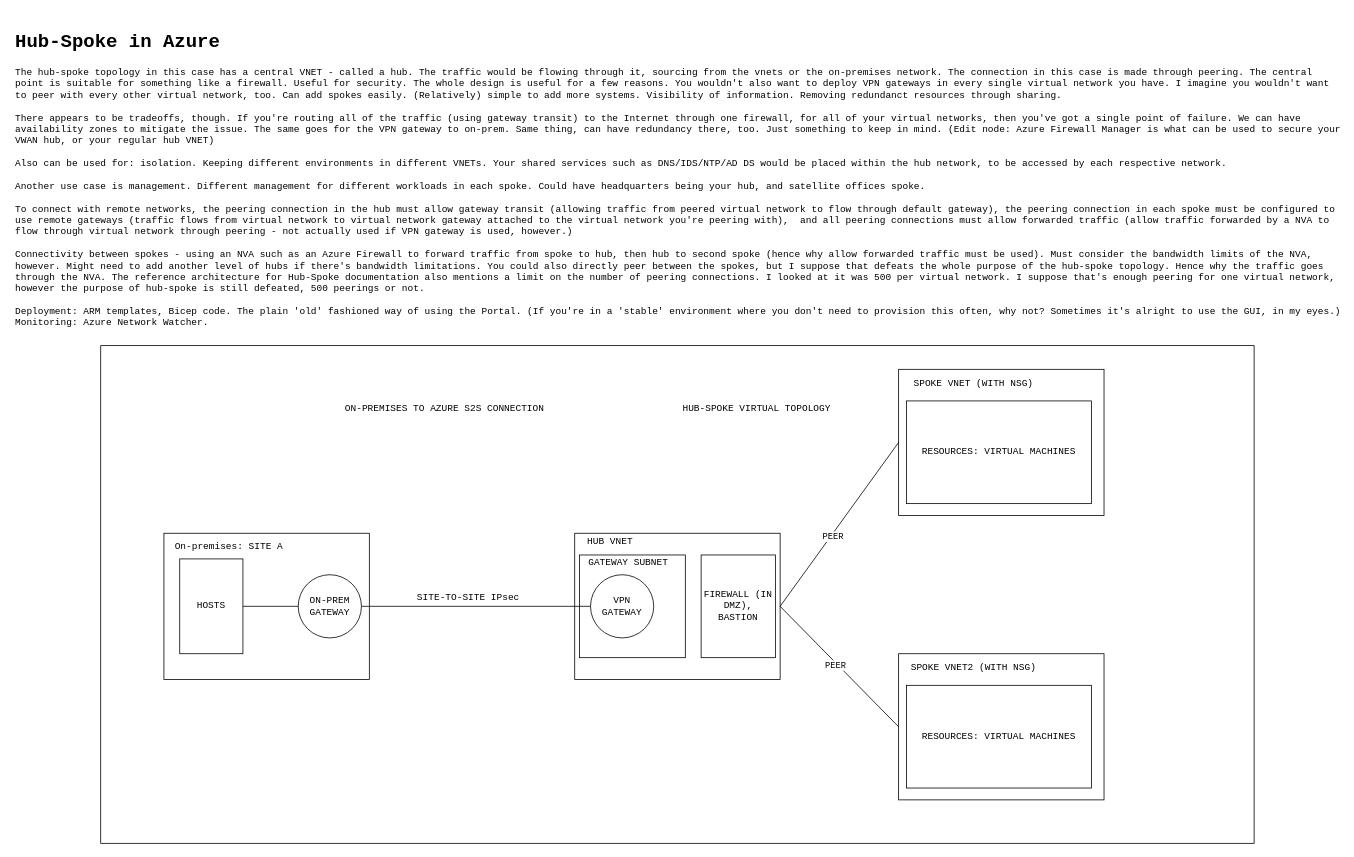
Earlier version of the draw.io diagram page "Hub-Spoke in Azure" (2 of 3) of Cloud/Infrastructure_Architecture.drawio (hmahmood2351/Home_Labs). Source tidied: cells renumbered, new cells numbered last; positions are measured from the earlier drawing's top-left corner, leaving out a move shared by most shapes. Both pictures are drawn from the tidied source at 79%, with x=0, y=0 at pixel (13, 13).
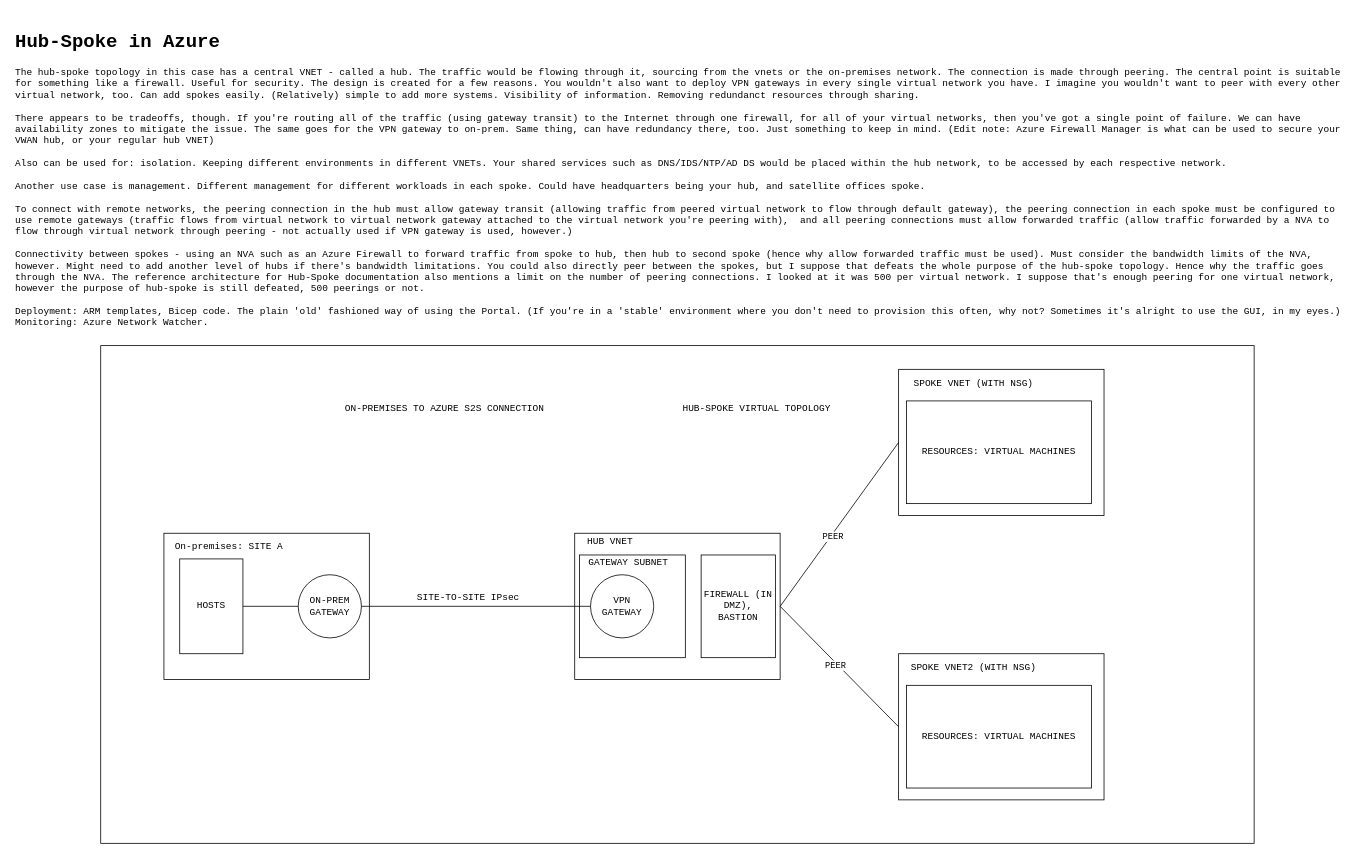
Above is the later version.

What changed in the source:
```diff
@@
-    <mxCell id="30" value="&lt;h1&gt;Hub-Spoke in Azure&lt;/h1&gt;&lt;div&gt;The hub-spoke topology in this case has a central VNET - called a hub. The traffic would be flowing through it, sourcing from the vnets or the on-premises network. The connection in this case is made through peering. The central point is suitable for something like a firewall. Useful for security. The whole design is useful for a few reasons. You wouldn't also want to deploy VPN gateways in every single virtual network you have. I imagine you wouldn't want to peer with every other virtual network, too. Can add spokes easily. (Relatively) simple to add more systems. Visibility of information. Removing redundanct resources through sharing.&amp;nbsp;&lt;/div&gt;&lt;div&gt;&lt;br&gt;&lt;/div&gt;&lt;div&gt;There appears to be tradeoffs, though. If you're routing all of the traffic (using gateway transit) to the Internet through one firewall, for all of your virtual networks, then you've got a single point of failure. We can have availability zones to mitigate the issue. The same goes for the VPN gateway to on-prem. Same thing, can have redundancy there, too. Just something to keep in mind. (Edit node: Azure Firewall Manager is what can be used to secure your VWAN hub, or your regular hub VNET)&lt;/div&gt;&lt;div&gt;&lt;br&gt;&lt;/div&gt;&lt;div&gt;Also can be used for: isolation. Keeping different environments in different VNETs. Your shared services such as DNS/IDS/NTP/AD DS would be placed within the hub network, to be accessed by each respective network.&lt;/div&gt;&lt;div&gt;&lt;br&gt;&lt;/div&gt;&lt;div&gt;Another use case is management. Different management for different workloads in each spoke. Could have headquarters being your hub, and satellite offices spoke.&lt;/div&gt;&lt;div&gt;&lt;br&gt;&lt;/div&gt;&lt;div&gt;To connect with remote networks, the peering connection in the hub must allow gateway transit (allowing traffic from peered virtual network to flow through default gateway), the peering connection in each spoke must be configured to use remote gateways (traffic flows from virtual network to virtual network gateway attached to the virtual network you're peering with),&amp;nbsp; and all peering connections must allow forwarded traffic (allow traffic forwarded by a NVA to flow through virtual network through peering - not actually used if VPN gateway is used, however.)&lt;/div&gt;&lt;div&gt;&lt;br&gt;&lt;/div&gt;&lt;div&gt;Connectivity between spokes - using an NVA such as an Azure Firewall to forward traffic from spoke to hub, then hub to second spoke (hence why allow forwarded traffic must be used). Must consider the bandwidth limits of the NVA, however. Might need to add another level of hubs if there's bandwidth limitations. You could also directly peer between the spokes, but I suppose that defeats the whole purpose of the hub-spoke topology. Hence why the traffic goes through the NVA. The reference architecture for Hub-Spoke documentation also mentions a limit on the number of peering connections. I looked at it was 500 per virtual network. I suppose that's enough peering for one virtual network, however the purpose of hub-spoke is still defeated, 500 peerings or not.&lt;/div&gt;&lt;div&gt;&lt;br&gt;&lt;/div&gt;&lt;div&gt;Deployment: ARM templates, Bicep code. The plain 'old' fashioned way of using the Portal. (If you're in a 'stable' environment where you don't need to provision this often, why not? Sometimes it's alright to use the GUI, in my eyes.)&lt;/div&gt;&lt;div&gt;Monitoring: Azure Network Watcher.&amp;nbsp;&lt;/div&gt;&lt;div&gt;&lt;br&gt;&lt;/div&gt;&lt;div&gt;&lt;br&gt;&lt;/div&gt;&lt;div&gt;&lt;br&gt;&lt;/div&gt;&lt;div&gt;&lt;br&gt;&lt;/div&gt;&lt;div&gt;&amp;nbsp;&lt;/div&gt;&lt;div&gt;&lt;br style=&quot;color: rgb(0 , 0 , 0) ; font-family: &amp;#34;courier new&amp;#34; ; font-size: 12px ; font-style: normal ; font-weight: 400 ; letter-spacing: normal ; text-align: left ; text-indent: 0px ; text-transform: none ; word-spacing: 0px ; background-color: rgb(248 , 249 , 250)&quot;&gt;&lt;br&gt;&lt;br&gt;&lt;/div&gt;" style="text;whiteSpace=wrap;html=1;fontFamily=Courier New;" parent="1" vertex="1">
+    <mxCell id="30" value="&lt;h1&gt;Hub-Spoke in Azure&lt;/h1&gt;&lt;div&gt;The hub-spoke topology in this case has a central VNET - called a hub. The traffic would be flowing through it, sourcing from the vnets or the on-premises network. The connection is made through peering. The central point is suitable for something like a firewall. Useful for security. The design is created for a few reasons. You wouldn't also want to deploy VPN gateways in every single virtual network you have. I imagine you wouldn't want to peer with every other virtual network, too. Can add spokes easily. (Relatively) simple to add more systems. Visibility of information. Removing redundanct resources through sharing.&amp;nbsp;&lt;/div&gt;&lt;div&gt;&lt;br&gt;&lt;/div&gt;&lt;div&gt;There appears to be tradeoffs, though. If you're routing all of the traffic (using gateway transit) to the Internet through one firewall, for all of your virtual networks, then you've got a single point of failure. We can have availability zones to mitigate the issue. The same goes for the VPN gateway to on-prem. Same thing, can have redundancy there, too. Just something to keep in mind. (Edit note: Azure Firewall Manager is what can be used to secure your VWAN hub, or your regular hub VNET)&lt;/div&gt;&lt;div&gt;&lt;br&gt;&lt;/div&gt;&lt;div&gt;Also can be used for: isolation. Keeping different environments in different VNETs. Your shared services such as DNS/IDS/NTP/AD DS would be placed within the hub network, to be accessed by each respective network.&lt;/div&gt;&lt;div&gt;&lt;br&gt;&lt;/div&gt;&lt;div&gt;Another use case is management. Different management for different workloads in each spoke. Could have headquarters being your hub, and satellite offices spoke.&lt;/div&gt;&lt;div&gt;&lt;br&gt;&lt;/div&gt;&lt;div&gt;To connect with remote networks, the peering connection in the hub must allow gateway transit (allowing traffic from peered virtual network to flow through default gateway), the peering connection in each spoke must be configured to use remote gateways (traffic flows from virtual network to virtual network gateway attached to the virtual network you're peering with),&amp;nbsp; and all peering connections must allow forwarded traffic (allow traffic forwarded by a NVA to flow through virtual network through peering - not actually used if VPN gateway is used, however.)&lt;/div&gt;&lt;div&gt;&lt;br&gt;&lt;/div&gt;&lt;div&gt;Connectivity between spokes - using an NVA such as an Azure Firewall to forward traffic from spoke to hub, then hub to second spoke (hence why allow forwarded traffic must be used). Must consider the bandwidth limits of the NVA, however. Might need to add another level of hubs if there's bandwidth limitations. You could also directly peer between the spokes, but I suppose that defeats the whole purpose of the hub-spoke topology. Hence why the traffic goes through the NVA. The reference architecture for Hub-Spoke documentation also mentions a limit on the number of peering connections. I looked at it was 500 per virtual network. I suppose that's enough peering for one virtual network, however the purpose of hub-spoke is still defeated, 500 peerings or not.&lt;/div&gt;&lt;div&gt;&lt;br&gt;&lt;/div&gt;&lt;div&gt;Deployment: ARM templates, Bicep code. The plain 'old' fashioned way of using the Portal. (If you're in a 'stable' environment where you don't need to provision this often, why not? Sometimes it's alright to use the GUI, in my eyes.)&lt;/div&gt;&lt;div&gt;Monitoring: Azure Network Watcher.&amp;nbsp;&lt;/div&gt;&lt;div&gt;&lt;br&gt;&lt;/div&gt;&lt;div&gt;&lt;br&gt;&lt;/div&gt;&lt;div&gt;&lt;br&gt;&lt;/div&gt;&lt;div&gt;&lt;br&gt;&lt;/div&gt;&lt;div&gt;&amp;nbsp;&lt;/div&gt;&lt;div&gt;&lt;br style=&quot;color: rgb(0 , 0 , 0) ; font-family: &amp;#34;courier new&amp;#34; ; font-size: 12px ; font-style: normal ; font-weight: 400 ; letter-spacing: normal ; text-align: left ; text-indent: 0px ; text-transform: none ; word-spacing: 0px ; background-color: rgb(248 , 249 , 250)&quot;&gt;&lt;br&gt;&lt;br&gt;&lt;/div&gt;" style="text;whiteSpace=wrap;html=1;fontFamily=Courier New;" parent="1" vertex="1">
       <mxGeometry width="1680" height="130" as="geometry" />
     </mxCell>
```
